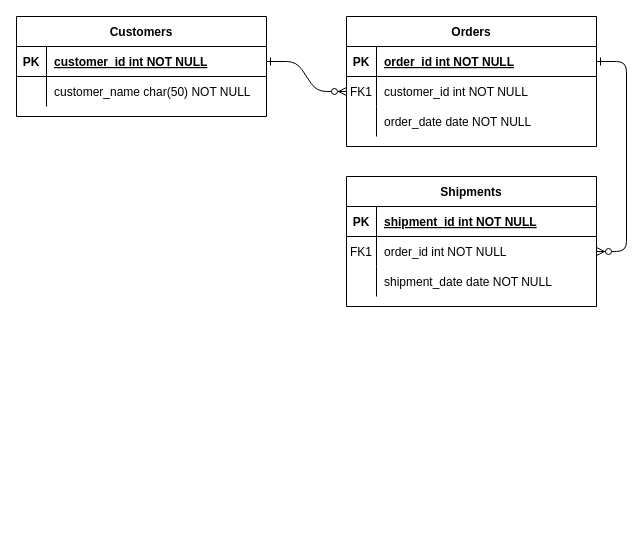
Above: page "Questionário" (1 of 2) of Diagrama sem nome.drawio in Luannunes02/DERs (draw.io), before the change. Source tidied: cells renumbered, new cells numbered last; positions are measured from the earlier drawing's top-left corner, leaving out a move shared by most shapes. Both pictures are drawn from the tidied source at 100%, with x=0, y=0 at pixel (16, 16).
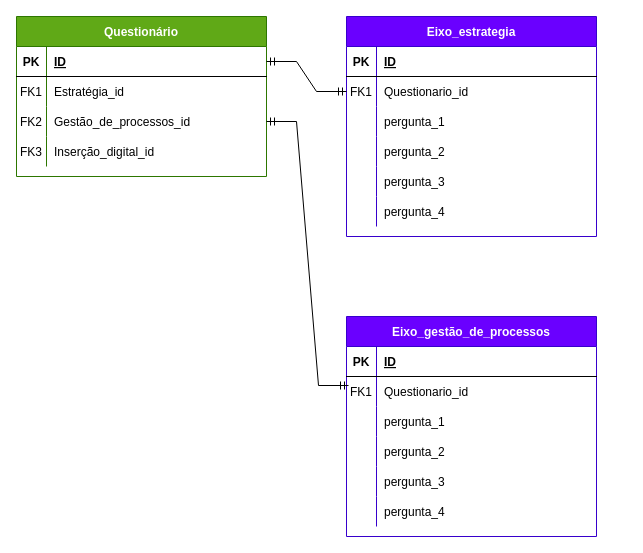
The same diagram, later.

Unchanged cells that the change refers to:
```xml
<mxCell id="5" style="shape=partialRectangle;fillColor=none;points=[[0,0.5],[1,0.5]];portConstraint=eastwest;top=0;left=0;right=0;bottom=1;" parent="4" vertex="1">
  <mxGeometry y="30" width="250" height="30" as="geometry" />
</mxCell>
<mxCell id="8" style="shape=partialRectangle;fillColor=none;points=[[0,0.5],[1,0.5]];portConstraint=eastwest;top=0;left=0;right=0;bottom=0;" parent="4" vertex="1">
  <mxGeometry y="60" width="250" height="30" as="geometry" />
</mxCell>
<mxCell id="11" style="shape=partialRectangle;fillColor=none;top=0;left=0;right=0;bottom=0;" parent="4" vertex="1">
  <mxGeometry y="90" width="250" height="30" as="geometry" />
</mxCell>
<mxCell id="25" style="shape=partialRectangle;fillColor=none;points=[[0,0.5],[1,0.5]];portConstraint=eastwest;top=0;left=0;right=0;bottom=1;" parent="24" vertex="1">
  <mxGeometry y="30" width="250" height="30" as="geometry" />
</mxCell>
<mxCell id="28" style="shape=partialRectangle;fillColor=none;top=0;left=0;right=0;bottom=0;" parent="24" vertex="1">
  <mxGeometry y="60" width="250" height="30" as="geometry" />
</mxCell>
```

What changed in the source:
```diff
@@
-    <mxCell id="2" style="edgeStyle=entityRelationEdgeStyle;endArrow=ERzeroToMany;startArrow=ERone;endFill=1;startFill=0;" parent="1" edge="1" source="25" target="8">
-      <mxGeometry relative="1" as="geometry" />
-    </mxCell>
-    <mxCell id="3" style="edgeStyle=entityRelationEdgeStyle;endArrow=ERzeroToMany;startArrow=ERone;endFill=1;startFill=0;" parent="1" edge="1" source="5" target="18">
-      <mxGeometry relative="1" as="geometry" />
-    </mxCell>
-    <mxCell id="4" value="Orders" style="shape=table;startSize=30;childLayout=tableLayout;rowLines=0;fontStyle=1;align=center;" parent="1" vertex="1">
-      <mxGeometry x="330" width="250" height="130" as="geometry" />
+    <mxCell id="4" value="Eixo_estrategia" style="shape=table;startSize=30;childLayout=tableLayout;rowLines=0;fontStyle=1;align=center;fillColor=#6a00ff;fontColor=#ffffff;strokeColor=#3700CC;" parent="1" vertex="1">
+      <mxGeometry x="330" width="250" height="220" as="geometry" />
     </mxCell>
@@
-    <mxCell id="7" value="order_id int NOT NULL " style="shape=partialRectangle;overflow=hidden;fillColor=none;top=0;left=0;bottom=0;right=0;align=left;spacingLeft=6;fontStyle=5;" parent="5" vertex="1">
+    <mxCell id="7" value="ID" style="shape=partialRectangle;overflow=hidden;fillColor=none;top=0;left=0;bottom=0;right=0;align=left;spacingLeft=6;fontStyle=5;" parent="5" vertex="1">
       <mxGeometry x="30" width="220" height="30" as="geometry" />
     </mxCell>
@@
-    <mxCell id="10" value="customer_id int NOT NULL" style="shape=partialRectangle;overflow=hidden;fillColor=none;top=0;left=0;bottom=0;right=0;align=left;spacingLeft=6;" parent="8" vertex="1">
+    <mxCell id="10" value="Questionario_id" style="shape=partialRectangle;overflow=hidden;fillColor=none;top=0;left=0;bottom=0;right=0;align=left;spacingLeft=6;" parent="8" vertex="1">
       <mxGeometry x="30" width="220" height="30" as="geometry" />
     </mxCell>
@@
-    <mxCell id="13" value="order_date date NOT NULL" style="shape=partialRectangle;overflow=hidden;fillColor=none;top=0;left=0;bottom=0;right=0;align=left;spacingLeft=6;" parent="11" vertex="1">
+    <mxCell id="13" value="pergunta_1" style="shape=partialRectangle;overflow=hidden;fillColor=none;top=0;left=0;bottom=0;right=0;align=left;spacingLeft=6;" parent="11" vertex="1">
       <mxGeometry x="30" width="220" height="30" as="geometry" />
     </mxCell>
-    <mxCell id="14" value="Shipments" style="shape=table;startSize=30;childLayout=tableLayout;rowLines=0;fontStyle=1;align=center;" parent="1" vertex="1">
-      <mxGeometry x="330" y="160" width="250" height="130" as="geometry" />
-    </mxCell>
-    <mxCell id="15" style="shape=partialRectangle;fillColor=none;top=0;left=0;right=0;bottom=1;" parent="14" vertex="1">
-      <mxGeometry y="30" width="250" height="30" as="geometry" />
-    </mxCell>
-    <mxCell id="16" value="PK" style="shape=partialRectangle;overflow=hidden;fillColor=none;top=0;left=0;bottom=0;right=0;fontStyle=1;" parent="15" vertex="1">
-      <mxGeometry width="30" height="30" as="geometry" />
-    </mxCell>
-    <mxCell id="17" value="shipment_id int NOT NULL " style="shape=partialRectangle;overflow=hidden;fillColor=none;top=0;left=0;bottom=0;right=0;align=left;spacingLeft=6;fontStyle=5;" parent="15" vertex="1">
-      <mxGeometry x="30" width="220" height="30" as="geometry" />
-    </mxCell>
-    <mxCell id="18" style="shape=partialRectangle;fillColor=none;points=[[0,0.5],[1,0.5]];portConstraint=eastwest;top=0;left=0;right=0;bottom=0;" parent="14" vertex="1">
-      <mxGeometry y="60" width="250" height="30" as="geometry" />
-    </mxCell>
-    <mxCell id="19" value="FK1" style="shape=partialRectangle;overflow=hidden;fillColor=none;top=0;left=0;bottom=0;right=0;" parent="18" vertex="1">
-      <mxGeometry width="30" height="30" as="geometry" />
-    </mxCell>
-    <mxCell id="20" value="order_id int NOT NULL" style="shape=partialRectangle;overflow=hidden;fillColor=none;top=0;left=0;bottom=0;right=0;align=left;spacingLeft=6;" parent="18" vertex="1">
-      <mxGeometry x="30" width="220" height="30" as="geometry" />
-    </mxCell>
-    <mxCell id="21" style="shape=partialRectangle;fillColor=none;top=0;left=0;right=0;bottom=0;" parent="14" vertex="1">
-      <mxGeometry y="90" width="250" height="30" as="geometry" />
-    </mxCell>
-    <mxCell id="22" style="shape=partialRectangle;overflow=hidden;fillColor=none;top=0;left=0;bottom=0;right=0;" parent="21" vertex="1">
-      <mxGeometry width="30" height="30" as="geometry" />
-    </mxCell>
-    <mxCell id="23" value="shipment_date date NOT NULL" style="shape=partialRectangle;overflow=hidden;fillColor=none;top=0;left=0;bottom=0;right=0;align=left;spacingLeft=6;" parent="21" vertex="1">
-      <mxGeometry x="30" width="220" height="30" as="geometry" />
-    </mxCell>
+    <mxCell id="31" style="shape=partialRectangle;fillColor=none;top=0;left=0;right=0;bottom=0;" parent="4" vertex="1">
+      <mxGeometry y="120" width="250" height="30" as="geometry" />
+    </mxCell>
+    <mxCell id="32" style="shape=partialRectangle;overflow=hidden;fillColor=none;top=0;left=0;bottom=0;right=0;" parent="31" vertex="1">
+      <mxGeometry width="30" height="30" as="geometry" />
+    </mxCell>
+    <mxCell id="33" value="pergunta_2" style="shape=partialRectangle;overflow=hidden;fillColor=none;top=0;left=0;bottom=0;right=0;align=left;spacingLeft=6;" parent="31" vertex="1">
+      <mxGeometry x="30" width="220" height="30" as="geometry" />
+    </mxCell>
+    <mxCell id="34" style="shape=partialRectangle;fillColor=none;top=0;left=0;right=0;bottom=0;" parent="4" vertex="1">
+      <mxGeometry y="150" width="250" height="30" as="geometry" />
+    </mxCell>
+    <mxCell id="35" style="shape=partialRectangle;overflow=hidden;fillColor=none;top=0;left=0;bottom=0;right=0;" parent="34" vertex="1">
+      <mxGeometry width="30" height="30" as="geometry" />
+    </mxCell>
+    <mxCell id="36" value="pergunta_3" style="shape=partialRectangle;overflow=hidden;fillColor=none;top=0;left=0;bottom=0;right=0;align=left;spacingLeft=6;" parent="34" vertex="1">
+      <mxGeometry x="30" width="220" height="30" as="geometry" />
+    </mxCell>
+    <mxCell id="37" style="shape=partialRectangle;fillColor=none;top=0;left=0;right=0;bottom=0;" parent="4" vertex="1">
+      <mxGeometry y="180" width="250" height="30" as="geometry" />
+    </mxCell>
+    <mxCell id="38" style="shape=partialRectangle;overflow=hidden;fillColor=none;top=0;left=0;bottom=0;right=0;" parent="37" vertex="1">
+      <mxGeometry width="30" height="30" as="geometry" />
+    </mxCell>
+    <mxCell id="39" value="pergunta_4" style="shape=partialRectangle;overflow=hidden;fillColor=none;top=0;left=0;bottom=0;right=0;align=left;spacingLeft=6;" parent="37" vertex="1">
+      <mxGeometry x="30" width="220" height="30" as="geometry" />
+    </mxCell>
-    <mxCell id="24" value="Customers" style="shape=table;startSize=30;childLayout=tableLayout;rowLines=0;fontStyle=1;align=center;" parent="1" vertex="1">
-      <mxGeometry width="250" height="100" as="geometry" />
+    <mxCell id="24" value="Questionário" style="shape=table;startSize=30;childLayout=tableLayout;rowLines=0;fontStyle=1;align=center;fillColor=#60a917;fontColor=#ffffff;strokeColor=#2D7600;" parent="1" vertex="1">
+      <mxGeometry width="250" height="160" as="geometry" />
     </mxCell>
@@
-    <mxCell id="27" value="customer_id int NOT NULL " style="shape=partialRectangle;overflow=hidden;fillColor=none;top=0;left=0;bottom=0;right=0;align=left;spacingLeft=6;fontStyle=5;" parent="25" vertex="1">
+    <mxCell id="27" value="ID" style="shape=partialRectangle;overflow=hidden;fillColor=none;top=0;left=0;bottom=0;right=0;align=left;spacingLeft=6;fontStyle=5;" parent="25" vertex="1">
       <mxGeometry x="30" width="220" height="30" as="geometry" />
     </mxCell>
@@
-    <mxCell id="29" style="shape=partialRectangle;overflow=hidden;fillColor=none;top=0;left=0;bottom=0;right=0;" parent="28" vertex="1">
+    <mxCell id="29" value="FK1" style="shape=partialRectangle;overflow=hidden;fillColor=none;top=0;left=0;bottom=0;right=0;" parent="28" vertex="1">
       <mxGeometry width="30" height="30" as="geometry" />
     </mxCell>
-    <mxCell id="30" value="customer_name char(50) NOT NULL" style="shape=partialRectangle;overflow=hidden;fillColor=none;top=0;left=0;bottom=0;right=0;align=left;spacingLeft=6;" parent="28" vertex="1">
+    <mxCell id="30" value="Estratégia_id" style="shape=partialRectangle;overflow=hidden;fillColor=none;top=0;left=0;bottom=0;right=0;align=left;spacingLeft=6;" parent="28" vertex="1">
       <mxGeometry x="30" width="220" height="30" as="geometry" />
     </mxCell>
+    <mxCell id="40" style="shape=partialRectangle;fillColor=none;points=[[0,0.5],[1,0.5]];portConstraint=eastwest;top=0;left=0;right=0;bottom=0;" parent="24" vertex="1">
+      <mxGeometry y="90" width="250" height="30" as="geometry" />
+    </mxCell>
+    <mxCell id="41" value="FK2" style="shape=partialRectangle;overflow=hidden;fillColor=none;top=0;left=0;bottom=0;right=0;" parent="40" vertex="1">
+      <mxGeometry width="30" height="30" as="geometry" />
+    </mxCell>
+    <mxCell id="42" value="Gestão_de_processos_id" style="shape=partialRectangle;overflow=hidden;fillColor=none;top=0;left=0;bottom=0;right=0;align=left;spacingLeft=6;" parent="40" vertex="1">
+      <mxGeometry x="30" width="220" height="30" as="geometry" />
+    </mxCell>
+    <mxCell id="43" style="shape=partialRectangle;fillColor=none;top=0;left=0;right=0;bottom=0;" parent="24" vertex="1">
+      <mxGeometry y="120" width="250" height="30" as="geometry" />
+    </mxCell>
+    <mxCell id="44" value="FK3" style="shape=partialRectangle;overflow=hidden;fillColor=none;top=0;left=0;bottom=0;right=0;" parent="43" vertex="1">
+      <mxGeometry width="30" height="30" as="geometry" />
+    </mxCell>
+    <mxCell id="45" value="Inserção_digital_id" style="shape=partialRectangle;overflow=hidden;fillColor=none;top=0;left=0;bottom=0;right=0;align=left;spacingLeft=6;" parent="43" vertex="1">
+      <mxGeometry x="30" width="220" height="30" as="geometry" />
+    </mxCell>
+    <mxCell id="2" style="edgeStyle=entityRelationEdgeStyle;fontSize=12;html=1;endArrow=ERmandOne;startArrow=ERmandOne;rounded=0;" parent="1" edge="1" source="25" target="8">
+      <mxGeometry relative="1" as="geometry" />
+    </mxCell>
+    <mxCell id="46" value="Eixo_gestão_de_processos" style="shape=table;startSize=30;childLayout=tableLayout;rowLines=0;fontStyle=1;align=center;fillColor=#6a00ff;fontColor=#ffffff;strokeColor=#3700CC;" parent="1" vertex="1">
+      <mxGeometry x="330" y="300" width="250" height="220" as="geometry" />
+    </mxCell>
+    <mxCell id="15" style="shape=partialRectangle;fillColor=none;top=0;left=0;right=0;bottom=1;" parent="46" vertex="1">
+      <mxGeometry y="30" width="250" height="30" as="geometry" />
+    </mxCell>
+    <mxCell id="16" value="PK" style="shape=partialRectangle;overflow=hidden;fillColor=none;top=0;left=0;bottom=0;right=0;fontStyle=1;" parent="15" vertex="1">
+      <mxGeometry width="30" height="30" as="geometry" />
+    </mxCell>
+    <mxCell id="47" value="ID" style="shape=partialRectangle;overflow=hidden;fillColor=none;top=0;left=0;bottom=0;right=0;align=left;spacingLeft=6;fontStyle=5;" parent="15" vertex="1">
+      <mxGeometry x="30" width="220" height="30" as="geometry" />
+    </mxCell>
+    <mxCell id="18" style="shape=partialRectangle;fillColor=none;points=[[0,0.5],[1,0.5]];portConstraint=eastwest;top=0;left=0;right=0;bottom=0;" parent="46" vertex="1">
+      <mxGeometry y="60" width="250" height="30" as="geometry" />
+    </mxCell>
+    <mxCell id="19" value="FK1" style="shape=partialRectangle;overflow=hidden;fillColor=none;top=0;left=0;bottom=0;right=0;" parent="18" vertex="1">
+      <mxGeometry width="30" height="30" as="geometry" />
+    </mxCell>
+    <mxCell id="48" value="Questionario_id" style="shape=partialRectangle;overflow=hidden;fillColor=none;top=0;left=0;bottom=0;right=0;align=left;spacingLeft=6;" parent="18" vertex="1">
+      <mxGeometry x="30" width="220" height="30" as="geometry" />
+    </mxCell>
+    <mxCell id="49" style="shape=partialRectangle;fillColor=none;top=0;left=0;right=0;bottom=0;" parent="46" vertex="1">
+      <mxGeometry y="90" width="250" height="30" as="geometry" />
+    </mxCell>
+    <mxCell id="50" style="shape=partialRectangle;overflow=hidden;fillColor=none;top=0;left=0;bottom=0;right=0;" parent="49" vertex="1">
+      <mxGeometry width="30" height="30" as="geometry" />
+    </mxCell>
+    <mxCell id="51" value="pergunta_1" style="shape=partialRectangle;overflow=hidden;fillColor=none;top=0;left=0;bottom=0;right=0;align=left;spacingLeft=6;" parent="49" vertex="1">
+      <mxGeometry x="30" width="220" height="30" as="geometry" />
+    </mxCell>
+    <mxCell id="52" style="shape=partialRectangle;fillColor=none;top=0;left=0;right=0;bottom=0;" parent="46" vertex="1">
+      <mxGeometry y="120" width="250" height="30" as="geometry" />
+    </mxCell>
+    <mxCell id="53" style="shape=partialRectangle;overflow=hidden;fillColor=none;top=0;left=0;bottom=0;right=0;" parent="52" vertex="1">
+      <mxGeometry width="30" height="30" as="geometry" />
+    </mxCell>
+    <mxCell id="54" value="pergunta_2" style="shape=partialRectangle;overflow=hidden;fillColor=none;top=0;left=0;bottom=0;right=0;align=left;spacingLeft=6;" parent="52" vertex="1">
+      <mxGeometry x="30" width="220" height="30" as="geometry" />
+    </mxCell>
+    <mxCell id="55" style="shape=partialRectangle;fillColor=none;top=0;left=0;right=0;bottom=0;" parent="46" vertex="1">
+      <mxGeometry y="150" width="250" height="30" as="geometry" />
+    </mxCell>
+    <mxCell id="56" style="shape=partialRectangle;overflow=hidden;fillColor=none;top=0;left=0;bottom=0;right=0;" parent="55" vertex="1">
+      <mxGeometry width="30" height="30" as="geometry" />
+    </mxCell>
+    <mxCell id="57" value="pergunta_3" style="shape=partialRectangle;overflow=hidden;fillColor=none;top=0;left=0;bottom=0;right=0;align=left;spacingLeft=6;" parent="55" vertex="1">
+      <mxGeometry x="30" width="220" height="30" as="geometry" />
+    </mxCell>
+    <mxCell id="58" style="shape=partialRectangle;fillColor=none;top=0;left=0;right=0;bottom=0;" parent="46" vertex="1">
+      <mxGeometry y="180" width="250" height="30" as="geometry" />
+    </mxCell>
+    <mxCell id="59" style="shape=partialRectangle;overflow=hidden;fillColor=none;top=0;left=0;bottom=0;right=0;" parent="58" vertex="1">
+      <mxGeometry width="30" height="30" as="geometry" />
+    </mxCell>
+    <mxCell id="60" value="pergunta_4" style="shape=partialRectangle;overflow=hidden;fillColor=none;top=0;left=0;bottom=0;right=0;align=left;spacingLeft=6;" parent="58" vertex="1">
+      <mxGeometry x="30" width="220" height="30" as="geometry" />
+    </mxCell>
+    <mxCell id="61" style="edgeStyle=entityRelationEdgeStyle;fontSize=12;html=1;endArrow=ERmandOne;startArrow=ERmandOne;rounded=0;entryX=0.008;entryY=0.3;entryDx=0;entryDy=0;entryPerimeter=0;" parent="1" edge="1" source="40" target="18">
+      <mxGeometry relative="1" as="geometry" />
+    </mxCell>
```
